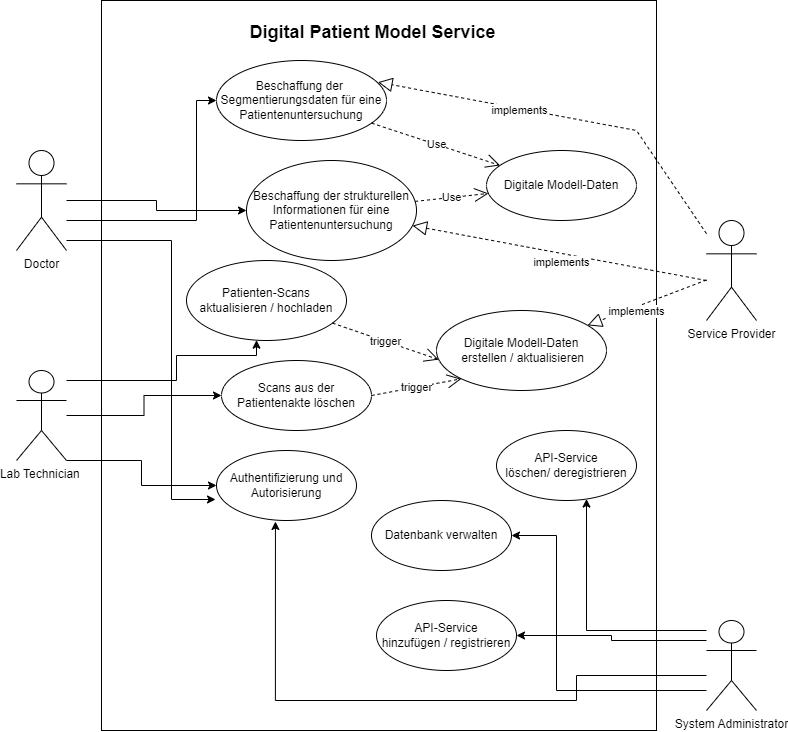
bsuman/jobrelatred keeps this draw.io diagram as ArchitectureTaskDiagram/usecase-1.png. Above is the earlier version. Source tidied: cells renumbered, new cells last; positions are measured from the earlier drawing's top-left corner, leaving out a move shared by most shapes.
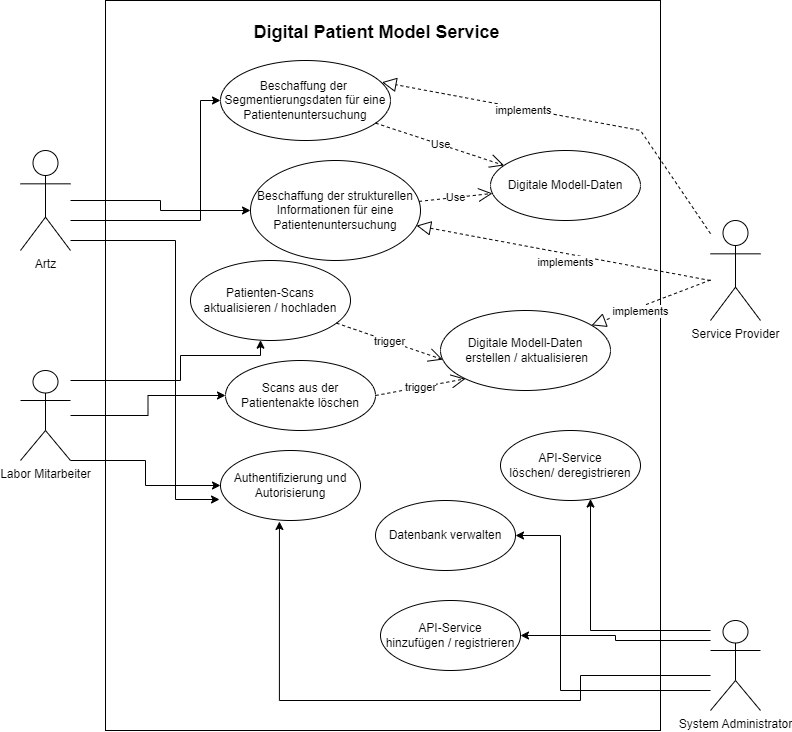
Above is the later version.

What changed in the source:
```diff
@@ -24,7 +24,7 @@
         </Array>
       </mxGeometry>
     </mxCell>
-    <mxCell id="6" value="Doctor" style="shape=umlActor;verticalLabelPosition=bottom;verticalAlign=top;html=1;" parent="1" vertex="1">
+    <mxCell id="6" value="Artz" style="shape=umlActor;verticalLabelPosition=bottom;verticalAlign=top;html=1;" parent="1" vertex="1">
       <mxGeometry y="150" width="50" height="100" as="geometry" />
     </mxCell>
     <mxCell id="7" style="edgeStyle=orthogonalEdgeStyle;rounded=0;jettySize=auto;html=1;" parent="1" edge="1" source="10" target="17">
@@ -47,7 +47,7 @@
         </Array>
       </mxGeometry>
     </mxCell>
-    <mxCell id="10" value="Lab Technician&amp;nbsp;" style="shape=umlActor;verticalLabelPosition=bottom;verticalAlign=top;html=1;" parent="1" vertex="1">
+    <mxCell id="10" value="Labor Mitarbeiter" style="shape=umlActor;verticalLabelPosition=bottom;verticalAlign=top;html=1;" parent="1" vertex="1">
       <mxGeometry y="370" width="50" height="90" as="geometry" />
     </mxCell>
     <mxCell id="11" style="edgeStyle=orthogonalEdgeStyle;rounded=0;jettySize=auto;html=1;" parent="1" edge="1" source="15" target="22">
```
